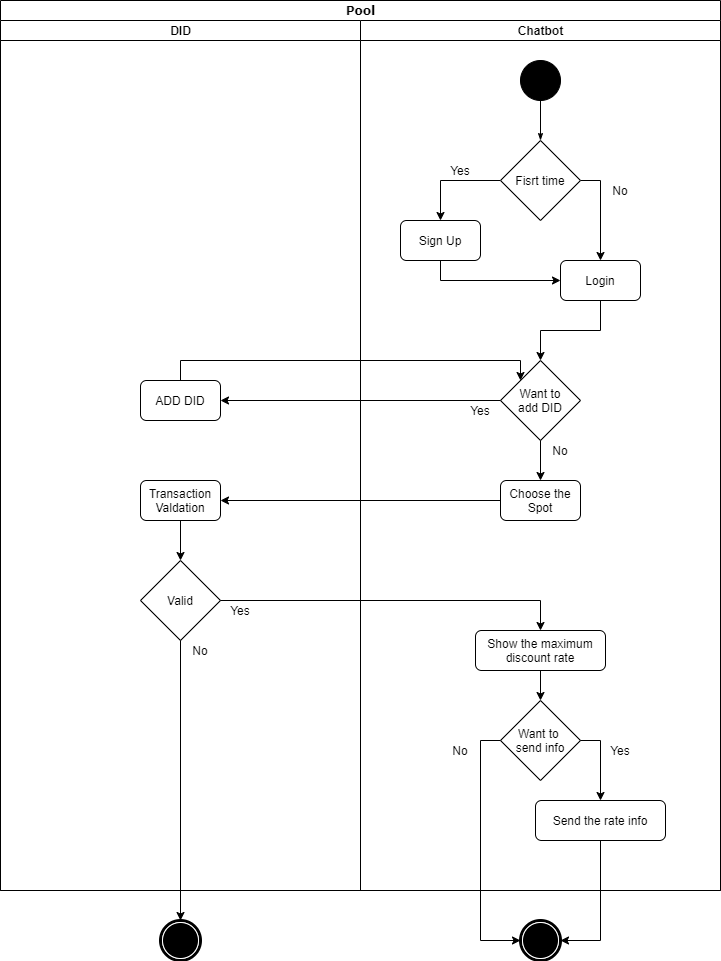
Above: Chatbot.png in jisu-uos/Diagram (draw.io), before the change. Source tidied: cells renumbered, new cells last; positions are measured from the earlier drawing's top-left corner, leaving out a move shared by most shapes.
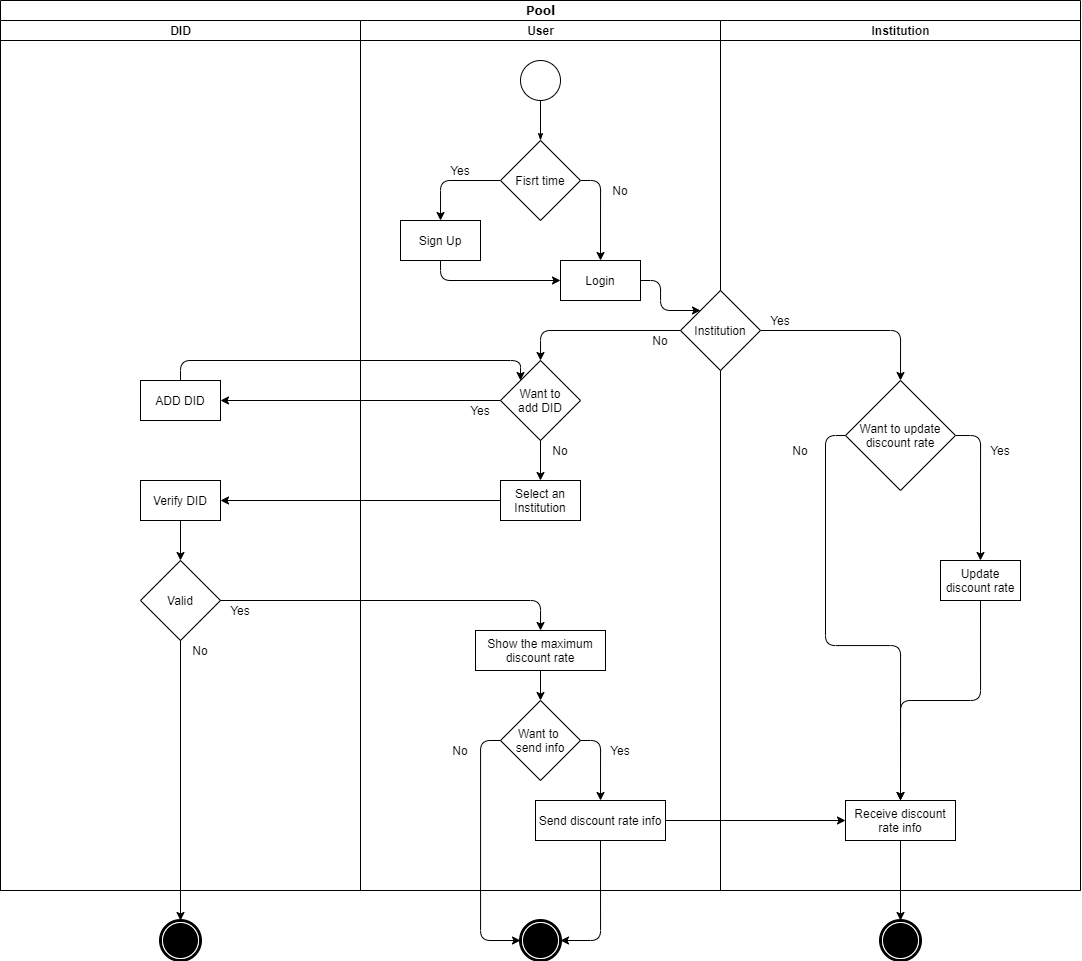
The same file after the commit.

What changed in the source:
```diff
@@ -1,65 +1,82 @@
-<mxGraphModel background="#ffffff">
+<mxGraphModel>
   <root>
     <mxCell id="0" />
     <mxCell id="1" parent="0" />
-    <mxCell id="2" style="shape=mxgraph.bpmn.shape;html=1;verticalLabelPosition=bottom;labelBackgroundColor=#ffffff;verticalAlign=top;perimeter=ellipsePerimeter;outline=end;symbol=terminate;rounded=0;shadow=0;comic=0;strokeWidth=1;fontFamily=Verdana;fontSize=12;align=center;" parent="1" vertex="1">
+    <mxCell id="2" style="shape=mxgraph.bpmn.shape;html=1;verticalLabelPosition=bottom;verticalAlign=top;perimeter=ellipsePerimeter;outline=end;symbol=terminate;shadow=0;comic=0;strokeWidth=1;fontFamily=Verdana;fontSize=12;align=center;" parent="1" vertex="1">
       <mxGeometry x="520" y="920" width="40" height="40" as="geometry" />
     </mxCell>
-    <mxCell id="3" value="Pool" style="swimlane;html=1;startSize=20;rounded=0;shadow=0;comic=0;labelBackgroundColor=none;strokeWidth=1;fontFamily=Verdana;fontSize=12;align=center;" parent="1" vertex="1">
-      <mxGeometry width="720" height="890" as="geometry" />
+    <mxCell id="3" value="Pool" style="swimlane;html=1;startSize=20;shadow=0;comic=0;labelBackgroundColor=none;strokeWidth=1;fontFamily=Verdana;fontSize=12;align=center;" parent="1" vertex="1">
+      <mxGeometry width="1080" height="890" as="geometry" />
     </mxCell>
     <mxCell id="4" value="DID" style="swimlane;html=1;startSize=20;" parent="3" vertex="1">
       <mxGeometry y="20" width="360" height="870" as="geometry" />
     </mxCell>
-    <mxCell id="5" value="ADD DID" style="rounded=1;whiteSpace=wrap;html=1;" parent="4" vertex="1">
+    <mxCell id="5" value="ADD DID" style="whiteSpace=wrap;html=1;" parent="4" vertex="1">
       <mxGeometry x="140" y="360" width="80" height="40" as="geometry" />
     </mxCell>
-    <mxCell id="6" style="edgeStyle=orthogonalEdgeStyle;rounded=0;jettySize=auto;html=1;exitX=0.5;exitY=1;exitDx=0;exitDy=0;entryX=0.5;entryY=0;entryDx=0;entryDy=0;" parent="4" edge="1" source="7" target="8">
+    <mxCell id="6" style="edgeStyle=orthogonalEdgeStyle;jettySize=auto;html=1;exitX=0.5;exitY=1;exitDx=0;exitDy=0;entryX=0.5;entryY=0;entryDx=0;entryDy=0;" parent="4" edge="1" source="7" target="8">
       <mxGeometry relative="1" as="geometry" />
     </mxCell>
-    <mxCell id="7" value="Transaction Valdation" style="rounded=1;whiteSpace=wrap;html=1;" parent="4" vertex="1">
+    <mxCell id="7" value="Verify DID" style="whiteSpace=wrap;html=1;" parent="4" vertex="1">
       <mxGeometry x="140" y="460" width="80" height="40" as="geometry" />
     </mxCell>
     <mxCell id="8" value="Valid" style="rhombus;whiteSpace=wrap;html=1;" parent="4" vertex="1">
       <mxGeometry x="140" y="540" width="80" height="80" as="geometry" />
     </mxCell>
-    <mxCell id="9" value="No" style="text;html=1;strokeColor=none;fillColor=none;align=center;verticalAlign=middle;whiteSpace=wrap;rounded=0;" parent="4" vertex="1">
+    <mxCell id="9" value="No" style="text;html=1;strokeColor=none;fillColor=none;align=center;verticalAlign=middle;whiteSpace=wrap;" parent="4" vertex="1">
       <mxGeometry x="180" y="620" width="40" height="20" as="geometry" />
     </mxCell>
-    <mxCell id="10" value="Yes" style="text;html=1;strokeColor=none;fillColor=none;align=center;verticalAlign=middle;whiteSpace=wrap;rounded=0;" parent="4" vertex="1">
+    <mxCell id="10" value="Yes" style="text;html=1;strokeColor=none;fillColor=none;align=center;verticalAlign=middle;whiteSpace=wrap;" parent="4" vertex="1">
       <mxGeometry x="220" y="580" width="40" height="20" as="geometry" />
     </mxCell>
+    <mxCell id="34" style="edgeStyle=orthogonalEdgeStyle;jettySize=auto;html=1;exitX=0;exitY=0.5;exitDx=0;exitDy=0;" parent="3" edge="1" source="18" target="5">
+      <mxGeometry relative="1" as="geometry" />
+    </mxCell>
+    <mxCell id="35" style="edgeStyle=orthogonalEdgeStyle;jettySize=auto;html=1;exitX=0.5;exitY=0;exitDx=0;exitDy=0;entryX=0;entryY=0;entryDx=0;entryDy=0;" parent="3" edge="1" source="5" target="18">
+      <mxGeometry relative="1" as="geometry">
+        <Array as="points">
+          <mxPoint x="180" y="360" />
+          <mxPoint x="520" y="360" />
+        </Array>
+      </mxGeometry>
+    </mxCell>
+    <mxCell id="36" style="edgeStyle=orthogonalEdgeStyle;jettySize=auto;html=1;exitX=0;exitY=0.5;exitDx=0;exitDy=0;entryX=1;entryY=0.5;entryDx=0;entryDy=0;" parent="3" edge="1" source="24" target="7">
+      <mxGeometry relative="1" as="geometry" />
+    </mxCell>
+    <mxCell id="37" style="edgeStyle=orthogonalEdgeStyle;jettySize=auto;html=1;exitX=1;exitY=0.5;exitDx=0;exitDy=0;entryX=0.5;entryY=0;entryDx=0;entryDy=0;" parent="3" edge="1" source="8" target="26">
+      <mxGeometry relative="1" as="geometry" />
+    </mxCell>
-    <mxCell id="11" value="Chatbot" style="swimlane;html=1;startSize=20;" parent="3" vertex="1">
+    <mxCell id="11" value="User" style="swimlane;html=1;startSize=20;" parent="3" vertex="1">
       <mxGeometry x="360" y="20" width="360" height="870" as="geometry" />
     </mxCell>
-    <mxCell id="12" style="edgeStyle=orthogonalEdgeStyle;rounded=0;html=1;labelBackgroundColor=none;startArrow=none;startFill=0;startSize=5;endArrow=classicThin;endFill=1;endSize=5;jettySize=auto;strokeWidth=1;fontFamily=Verdana;fontSize=12;entryX=0.5;entryY=0;entryDx=0;entryDy=0;" parent="11" edge="1" source="19" target="22">
+    <mxCell id="12" style="edgeStyle=orthogonalEdgeStyle;html=1;labelBackgroundColor=none;startArrow=none;startFill=0;startSize=5;endArrow=classicThin;endFill=1;endSize=5;jettySize=auto;strokeWidth=1;fontFamily=Verdana;fontSize=12;entryX=0.5;entryY=0;entryDx=0;entryDy=0;" parent="11" edge="1" source="19" target="22">
       <mxGeometry relative="1" as="geometry" />
     </mxCell>
-    <mxCell id="13" style="edgeStyle=orthogonalEdgeStyle;rounded=0;jettySize=auto;html=1;exitX=0.5;exitY=1;exitDx=0;exitDy=0;entryX=0;entryY=0.5;entryDx=0;entryDy=0;" parent="11" edge="1" source="14" target="29">
+    <mxCell id="13" style="edgeStyle=orthogonalEdgeStyle;jettySize=auto;html=1;exitX=0.5;exitY=1;exitDx=0;exitDy=0;entryX=0;entryY=0.5;entryDx=0;entryDy=0;" parent="11" edge="1" source="14" target="29">
       <mxGeometry relative="1" as="geometry" />
     </mxCell>
-    <mxCell id="14" value="Sign Up" style="rounded=1;whiteSpace=wrap;html=1;" parent="11" vertex="1">
+    <mxCell id="14" value="Sign Up" style="whiteSpace=wrap;html=1;" parent="11" vertex="1">
       <mxGeometry x="40" y="200" width="80" height="40" as="geometry" />
     </mxCell>
-    <mxCell id="15" value="Yes" style="text;html=1;strokeColor=none;fillColor=none;align=center;verticalAlign=middle;whiteSpace=wrap;rounded=0;" parent="11" vertex="1">
+    <mxCell id="15" value="Yes" style="text;html=1;strokeColor=none;fillColor=none;align=center;verticalAlign=middle;whiteSpace=wrap;" parent="11" vertex="1">
       <mxGeometry x="80" y="140" width="40" height="20" as="geometry" />
     </mxCell>
-    <mxCell id="16" value="No" style="text;html=1;strokeColor=none;fillColor=none;align=center;verticalAlign=middle;whiteSpace=wrap;rounded=0;" parent="11" vertex="1">
+    <mxCell id="16" value="No" style="text;html=1;strokeColor=none;fillColor=none;align=center;verticalAlign=middle;whiteSpace=wrap;" parent="11" vertex="1">
       <mxGeometry x="80" y="720" width="40" height="20" as="geometry" />
     </mxCell>
-    <mxCell id="17" value="Yes" style="text;html=1;strokeColor=none;fillColor=none;align=center;verticalAlign=middle;whiteSpace=wrap;rounded=0;" parent="11" vertex="1">
+    <mxCell id="17" value="Yes" style="text;html=1;strokeColor=none;fillColor=none;align=center;verticalAlign=middle;whiteSpace=wrap;" parent="11" vertex="1">
       <mxGeometry x="100" y="380" width="40" height="20" as="geometry" />
     </mxCell>
     <mxCell id="18" value="Want to&lt;br&gt;add DID" style="rhombus;whiteSpace=wrap;html=1;" parent="11" vertex="1">
       <mxGeometry x="140" y="340" width="80" height="80" as="geometry" />
     </mxCell>
-    <mxCell id="19" style="ellipse;whiteSpace=wrap;html=1;rounded=0;shadow=0;comic=0;labelBackgroundColor=none;strokeWidth=1;fillColor=#000000;fontFamily=Verdana;fontSize=12;align=center;" parent="11" vertex="1">
+    <mxCell id="19" style="ellipse;whiteSpace=wrap;html=1;shadow=0;comic=0;labelBackgroundColor=none;strokeWidth=1;fontFamily=Verdana;fontSize=12;align=center;" parent="11" vertex="1">
       <mxGeometry x="160" y="40" width="40" height="40" as="geometry" />
     </mxCell>
-    <mxCell id="20" style="edgeStyle=orthogonalEdgeStyle;rounded=0;jettySize=auto;html=1;exitX=0;exitY=0.5;exitDx=0;exitDy=0;entryX=0.5;entryY=0;entryDx=0;entryDy=0;" parent="11" edge="1" source="22" target="14">
+    <mxCell id="20" style="edgeStyle=orthogonalEdgeStyle;jettySize=auto;html=1;exitX=0;exitY=0.5;exitDx=0;exitDy=0;entryX=0.5;entryY=0;entryDx=0;entryDy=0;" parent="11" edge="1" source="22" target="14">
       <mxGeometry relative="1" as="geometry" />
     </mxCell>
-    <mxCell id="21" style="edgeStyle=orthogonalEdgeStyle;rounded=0;jettySize=auto;html=1;entryX=0.5;entryY=0;entryDx=0;entryDy=0;" parent="11" edge="1" source="22" target="29">
+    <mxCell id="21" style="edgeStyle=orthogonalEdgeStyle;jettySize=auto;html=1;entryX=0.5;entryY=0;entryDx=0;entryDy=0;" parent="11" edge="1" source="22" target="29">
       <mxGeometry relative="1" as="geometry">
         <Array as="points">
           <mxPoint x="240" y="160" />
@@ -69,72 +86,108 @@
     <mxCell id="22" value="Fisrt time" style="rhombus;whiteSpace=wrap;html=1;" parent="11" vertex="1">
       <mxGeometry x="140" y="120" width="80" height="80" as="geometry" />
     </mxCell>
-    <mxCell id="23" style="edgeStyle=orthogonalEdgeStyle;rounded=0;jettySize=auto;html=1;exitX=0.5;exitY=1;exitDx=0;exitDy=0;entryX=0.5;entryY=0;entryDx=0;entryDy=0;" parent="11" edge="1" source="29" target="18">
-      <mxGeometry relative="1" as="geometry" />
-    </mxCell>
-    <mxCell id="24" value="Choose the Spot" style="rounded=1;whiteSpace=wrap;html=1;" parent="11" vertex="1">
+    <mxCell id="24" value="Select an Institution" style="whiteSpace=wrap;html=1;" parent="11" vertex="1">
       <mxGeometry x="140" y="460" width="80" height="40" as="geometry" />
     </mxCell>
-    <mxCell id="25" style="edgeStyle=orthogonalEdgeStyle;rounded=0;jettySize=auto;html=1;exitX=0.5;exitY=1;exitDx=0;exitDy=0;entryX=0.5;entryY=0;entryDx=0;entryDy=0;" parent="11" edge="1" source="26" target="27">
+    <mxCell id="25" style="edgeStyle=orthogonalEdgeStyle;jettySize=auto;html=1;exitX=0.5;exitY=1;exitDx=0;exitDy=0;entryX=0.5;entryY=0;entryDx=0;entryDy=0;" parent="11" edge="1" source="26" target="27">
       <mxGeometry relative="1" as="geometry" />
     </mxCell>
-    <mxCell id="26" value="Show the maximum&lt;br&gt;discount rate" style="rounded=1;whiteSpace=wrap;html=1;" parent="11" vertex="1">
+    <mxCell id="26" value="Show the maximum&lt;br&gt;discount rate" style="whiteSpace=wrap;html=1;" parent="11" vertex="1">
       <mxGeometry x="115" y="610" width="130" height="40" as="geometry" />
     </mxCell>
     <mxCell id="27" value="Want to &lt;br&gt;send info" style="rhombus;whiteSpace=wrap;html=1;" parent="11" vertex="1">
       <mxGeometry x="140" y="680" width="80" height="80" as="geometry" />
     </mxCell>
-    <mxCell id="28" value="No" style="text;html=1;strokeColor=none;fillColor=none;align=center;verticalAlign=middle;whiteSpace=wrap;rounded=0;" parent="11" vertex="1">
+    <mxCell id="28" value="No" style="text;html=1;strokeColor=none;fillColor=none;align=center;verticalAlign=middle;whiteSpace=wrap;" parent="11" vertex="1">
       <mxGeometry x="180" y="420" width="40" height="20" as="geometry" />
     </mxCell>
-    <mxCell id="29" value="Login" style="rounded=1;whiteSpace=wrap;html=1;" parent="11" vertex="1">
+    <mxCell id="29" value="Login" style="whiteSpace=wrap;html=1;" parent="11" vertex="1">
       <mxGeometry x="200" y="240" width="80" height="40" as="geometry" />
     </mxCell>
-    <mxCell id="30" style="edgeStyle=orthogonalEdgeStyle;rounded=0;jettySize=auto;html=1;entryX=0.5;entryY=0;entryDx=0;entryDy=0;" parent="11" edge="1" source="18" target="24">
+    <mxCell id="30" style="edgeStyle=orthogonalEdgeStyle;jettySize=auto;html=1;entryX=0.5;entryY=0;entryDx=0;entryDy=0;" parent="11" edge="1" source="18" target="24">
       <mxGeometry relative="1" as="geometry" />
     </mxCell>
-    <mxCell id="31" value="Yes" style="text;html=1;strokeColor=none;fillColor=none;align=center;verticalAlign=middle;whiteSpace=wrap;rounded=0;" parent="11" vertex="1">
+    <mxCell id="31" value="Yes" style="text;html=1;strokeColor=none;fillColor=none;align=center;verticalAlign=middle;whiteSpace=wrap;" parent="11" vertex="1">
       <mxGeometry x="240" y="720" width="40" height="20" as="geometry" />
     </mxCell>
-    <mxCell id="32" value="No" style="text;html=1;strokeColor=none;fillColor=none;align=center;verticalAlign=middle;whiteSpace=wrap;rounded=0;" parent="11" vertex="1">
+    <mxCell id="32" value="No" style="text;html=1;strokeColor=none;fillColor=none;align=center;verticalAlign=middle;whiteSpace=wrap;" parent="11" vertex="1">
       <mxGeometry x="240" y="160" width="40" height="20" as="geometry" />
     </mxCell>
-    <mxCell id="33" value="Send the rate info" style="rounded=1;whiteSpace=wrap;html=1;" parent="11" vertex="1">
+    <mxCell id="33" value="Send discount rate info" style="whiteSpace=wrap;html=1;" parent="11" vertex="1">
       <mxGeometry x="175" y="780" width="130" height="40" as="geometry" />
     </mxCell>
-    <mxCell id="34" style="edgeStyle=orthogonalEdgeStyle;rounded=0;jettySize=auto;html=1;exitX=0;exitY=0.5;exitDx=0;exitDy=0;" parent="3" edge="1" source="18" target="5">
-      <mxGeometry relative="1" as="geometry" />
-    </mxCell>
-    <mxCell id="35" style="edgeStyle=orthogonalEdgeStyle;rounded=0;jettySize=auto;html=1;exitX=0.5;exitY=0;exitDx=0;exitDy=0;entryX=0;entryY=0;entryDx=0;entryDy=0;" parent="3" edge="1" source="5" target="18">
-      <mxGeometry relative="1" as="geometry">
-        <Array as="points">
-          <mxPoint x="180" y="360" />
-          <mxPoint x="520" y="360" />
-        </Array>
-      </mxGeometry>
-    </mxCell>
-    <mxCell id="36" style="edgeStyle=orthogonalEdgeStyle;rounded=0;jettySize=auto;html=1;exitX=0;exitY=0.5;exitDx=0;exitDy=0;entryX=1;entryY=0.5;entryDx=0;entryDy=0;" parent="3" edge="1" source="24" target="7">
-      <mxGeometry relative="1" as="geometry" />
-    </mxCell>
-    <mxCell id="37" style="edgeStyle=orthogonalEdgeStyle;rounded=0;jettySize=auto;html=1;exitX=1;exitY=0.5;exitDx=0;exitDy=0;entryX=0.5;entryY=0;entryDx=0;entryDy=0;" parent="3" edge="1" source="8" target="26">
-      <mxGeometry relative="1" as="geometry" />
-    </mxCell>
+    <mxCell id="43" value="No" style="text;html=1;strokeColor=none;fillColor=none;align=center;verticalAlign=middle;whiteSpace=wrap;" parent="11" vertex="1">
+      <mxGeometry x="280" y="310" width="40" height="20" as="geometry" />
+    </mxCell>
+    <mxCell id="44" style="edgeStyle=orthogonalEdgeStyle;rounded=1;jettySize=auto;html=1;exitX=1;exitY=0.5;exitDx=0;exitDy=0;entryX=0;entryY=0;entryDx=0;entryDy=0;" parent="3" edge="1" source="29" target="48">
+      <mxGeometry relative="1" as="geometry" />
+    </mxCell>
+    <mxCell id="45" style="edgeStyle=orthogonalEdgeStyle;rounded=1;jettySize=auto;html=1;exitX=0;exitY=0.5;exitDx=0;exitDy=0;entryX=0.5;entryY=0;entryDx=0;entryDy=0;" parent="3" edge="1" source="48" target="18">
+      <mxGeometry relative="1" as="geometry" />
+    </mxCell>
+    <mxCell id="46" value="Institution" style="swimlane;html=1;startSize=20;" parent="3" vertex="1">
+      <mxGeometry x="720" y="20" width="360" height="870" as="geometry" />
+    </mxCell>
+    <mxCell id="47" style="edgeStyle=orthogonalEdgeStyle;rounded=1;jettySize=auto;html=1;exitX=1;exitY=0.5;exitDx=0;exitDy=0;" parent="46" edge="1" source="48">
+      <mxGeometry relative="1" as="geometry">
+        <mxPoint x="180" y="360" as="targetPoint" />
+      </mxGeometry>
+    </mxCell>
+    <mxCell id="48" value="Institution" style="rhombus;whiteSpace=wrap;html=1;" parent="46" vertex="1">
+      <mxGeometry x="-40" y="270" width="80" height="80" as="geometry" />
+    </mxCell>
+    <mxCell id="49" value="Yes" style="text;html=1;strokeColor=none;fillColor=none;align=center;verticalAlign=middle;whiteSpace=wrap;" parent="46" vertex="1">
+      <mxGeometry x="40" y="290" width="40" height="20" as="geometry" />
+    </mxCell>
+    <mxCell id="50" style="edgeStyle=orthogonalEdgeStyle;rounded=1;jettySize=auto;html=1;exitX=1;exitY=0.5;exitDx=0;exitDy=0;entryX=0.5;entryY=0;entryDx=0;entryDy=0;" parent="46" edge="1" source="53" target="56">
+      <mxGeometry relative="1" as="geometry" />
+    </mxCell>
+    <mxCell id="51" value="No" style="text;html=1;strokeColor=none;fillColor=none;align=center;verticalAlign=middle;whiteSpace=wrap;" parent="46" vertex="1">
+      <mxGeometry x="60" y="420" width="40" height="20" as="geometry" />
+    </mxCell>
+    <mxCell id="52" style="edgeStyle=orthogonalEdgeStyle;rounded=1;jettySize=auto;html=1;exitX=0;exitY=0.5;exitDx=0;exitDy=0;entryX=0.5;entryY=0;entryDx=0;entryDy=0;" parent="46" edge="1" source="53" target="54">
+      <mxGeometry relative="1" as="geometry" />
+    </mxCell>
+    <mxCell id="53" value="Want to update discount rate" style="rhombus;whiteSpace=wrap;html=1;" parent="46" vertex="1">
+      <mxGeometry x="125" y="360" width="110" height="110" as="geometry" />
+    </mxCell>
+    <mxCell id="54" value="Receive discount rate info" style="whiteSpace=wrap;html=1;" parent="46" vertex="1">
+      <mxGeometry x="125" y="780" width="110" height="40" as="geometry" />
+    </mxCell>
+    <mxCell id="55" style="edgeStyle=orthogonalEdgeStyle;rounded=1;jettySize=auto;html=1;exitX=0.5;exitY=1;exitDx=0;exitDy=0;entryX=0.5;entryY=0;entryDx=0;entryDy=0;" parent="46" edge="1" source="56" target="54">
+      <mxGeometry relative="1" as="geometry" />
+    </mxCell>
+    <mxCell id="56" value="Update discount rate" style="whiteSpace=wrap;html=1;" parent="46" vertex="1">
+      <mxGeometry x="220" y="540" width="80" height="40" as="geometry" />
+    </mxCell>
+    <mxCell id="57" value="Yes" style="text;html=1;strokeColor=none;fillColor=none;align=center;verticalAlign=middle;whiteSpace=wrap;" parent="46" vertex="1">
+      <mxGeometry x="260" y="420" width="40" height="20" as="geometry" />
+    </mxCell>
+    <mxCell id="58" style="edgeStyle=orthogonalEdgeStyle;rounded=1;jettySize=auto;html=1;exitX=1;exitY=0.5;exitDx=0;exitDy=0;entryX=0;entryY=0.5;entryDx=0;entryDy=0;" parent="3" edge="1" source="33" target="54">
+      <mxGeometry relative="1" as="geometry" />
+    </mxCell>
-    <mxCell id="38" style="shape=mxgraph.bpmn.shape;html=1;verticalLabelPosition=bottom;labelBackgroundColor=#ffffff;verticalAlign=top;perimeter=ellipsePerimeter;outline=end;symbol=terminate;rounded=0;shadow=0;comic=0;strokeWidth=1;fontFamily=Verdana;fontSize=12;align=center;" parent="1" vertex="1">
+    <mxCell id="38" style="shape=mxgraph.bpmn.shape;html=1;verticalLabelPosition=bottom;verticalAlign=top;perimeter=ellipsePerimeter;outline=end;symbol=terminate;shadow=0;comic=0;strokeWidth=1;fontFamily=Verdana;fontSize=12;align=center;" parent="1" vertex="1">
       <mxGeometry x="160" y="920" width="40" height="40" as="geometry" />
     </mxCell>
-    <mxCell id="39" style="edgeStyle=orthogonalEdgeStyle;rounded=0;jettySize=auto;html=1;exitX=0.5;exitY=1;exitDx=0;exitDy=0;entryX=0.5;entryY=0;entryDx=0;entryDy=0;" parent="1" edge="1" source="8" target="38">
+    <mxCell id="39" style="edgeStyle=orthogonalEdgeStyle;jettySize=auto;html=1;exitX=0.5;exitY=1;exitDx=0;exitDy=0;entryX=0.5;entryY=0;entryDx=0;entryDy=0;" parent="1" edge="1" source="8" target="38">
       <mxGeometry relative="1" as="geometry" />
     </mxCell>
-    <mxCell id="40" style="edgeStyle=orthogonalEdgeStyle;rounded=0;jettySize=auto;html=1;exitX=0;exitY=0.5;exitDx=0;exitDy=0;entryX=0;entryY=0.5;entryDx=0;entryDy=0;" parent="1" edge="1" source="27" target="2">
+    <mxCell id="40" style="edgeStyle=orthogonalEdgeStyle;jettySize=auto;html=1;exitX=0;exitY=0.5;exitDx=0;exitDy=0;entryX=0;entryY=0.5;entryDx=0;entryDy=0;" parent="1" edge="1" source="27" target="2">
       <mxGeometry relative="1" as="geometry" />
     </mxCell>
-    <mxCell id="41" style="edgeStyle=orthogonalEdgeStyle;rounded=0;jettySize=auto;html=1;exitX=1;exitY=0.5;exitDx=0;exitDy=0;" parent="1" edge="1" source="27">
+    <mxCell id="41" style="edgeStyle=orthogonalEdgeStyle;jettySize=auto;html=1;exitX=1;exitY=0.5;exitDx=0;exitDy=0;" parent="1" edge="1" source="27">
       <mxGeometry relative="1" as="geometry">
         <mxPoint x="600" y="800" as="targetPoint" />
       </mxGeometry>
     </mxCell>
-    <mxCell id="42" style="edgeStyle=orthogonalEdgeStyle;rounded=0;jettySize=auto;html=1;exitX=0.5;exitY=1;exitDx=0;exitDy=0;entryX=1;entryY=0.5;entryDx=0;entryDy=0;" parent="1" edge="1" source="33" target="2">
+    <mxCell id="42" style="edgeStyle=orthogonalEdgeStyle;jettySize=auto;html=1;exitX=0.5;exitY=1;exitDx=0;exitDy=0;entryX=1;entryY=0.5;entryDx=0;entryDy=0;" parent="1" edge="1" source="33" target="2">
       <mxGeometry relative="1" as="geometry" />
     </mxCell>
+    <mxCell id="59" style="shape=mxgraph.bpmn.shape;html=1;verticalLabelPosition=bottom;verticalAlign=top;perimeter=ellipsePerimeter;outline=end;symbol=terminate;shadow=0;comic=0;strokeWidth=1;fontFamily=Verdana;fontSize=12;align=center;" parent="1" vertex="1">
+      <mxGeometry x="880" y="920" width="40" height="40" as="geometry" />
+    </mxCell>
+    <mxCell id="60" style="edgeStyle=orthogonalEdgeStyle;rounded=1;jettySize=auto;html=1;exitX=0.5;exitY=1;exitDx=0;exitDy=0;" parent="1" edge="1" source="54" target="59">
+      <mxGeometry relative="1" as="geometry" />
+    </mxCell>
   </root>
 </mxGraphModel>
```
